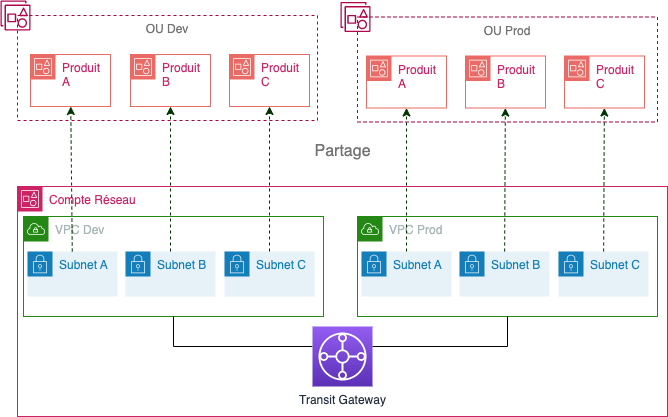
Above: docs/aug-shnetwork-shared vpcs.drawio.png in hpfpv/aug-secure-hybrid-network (draw.io), before the change. Source tidied: cells renumbered, new cells last; positions are measured from the earlier drawing's top-left corner, leaving out a move shared by most shapes. Source of this version:
```xml
<mxGraphModel>
  <root>
    <mxCell id="0" />
    <mxCell id="1" parent="0" />
    <mxCell id="2" value="Compte Réseau" style="gradientColor=none;html=1;whiteSpace=wrap;fontSize=12;fontStyle=0;shape=mxgraph.aws4.group;grIcon=mxgraph.aws4.group_account;strokeColor=#CD2264;fillColor=none;verticalAlign=top;align=left;spacingLeft=30;fontColor=#CD2264;dashed=0;" parent="1" vertex="1">
      <mxGeometry x="17" y="186" width="650" height="230" as="geometry" />
    </mxCell>
    <mxCell id="3" value="VPC Dev" style="points=[[0,0],[0.25,0],[0.5,0],[0.75,0],[1,0],[1,0.25],[1,0.5],[1,0.75],[1,1],[0.75,1],[0.5,1],[0.25,1],[0,1],[0,0.75],[0,0.5],[0,0.25]];outlineConnect=0;gradientColor=none;html=1;whiteSpace=wrap;fontSize=12;fontStyle=0;shape=mxgraph.aws4.group;grIcon=mxgraph.aws4.group_vpc;strokeColor=#248814;fillColor=none;verticalAlign=top;align=left;spacingLeft=30;fontColor=#AAB7B8;dashed=0;" parent="1" vertex="1">
      <mxGeometry x="23" y="216" width="300" height="100" as="geometry" />
    </mxCell>
    <mxCell id="4" value="Subnet B" style="points=[[0,0],[0.25,0],[0.5,0],[0.75,0],[1,0],[1,0.25],[1,0.5],[1,0.75],[1,1],[0.75,1],[0.5,1],[0.25,1],[0,1],[0,0.75],[0,0.5],[0,0.25]];outlineConnect=0;gradientColor=none;html=1;whiteSpace=wrap;fontSize=12;fontStyle=0;shape=mxgraph.aws4.group;grIcon=mxgraph.aws4.group_security_group;grStroke=0;strokeColor=#147EBA;fillColor=#E6F2F8;verticalAlign=top;align=left;spacingLeft=30;fontColor=#147EBA;dashed=0;" parent="3" vertex="1">
      <mxGeometry x="102" y="35" width="90" height="45" as="geometry" />
    </mxCell>
    <mxCell id="5" value="Subnet C" style="points=[[0,0],[0.25,0],[0.5,0],[0.75,0],[1,0],[1,0.25],[1,0.5],[1,0.75],[1,1],[0.75,1],[0.5,1],[0.25,1],[0,1],[0,0.75],[0,0.5],[0,0.25]];outlineConnect=0;gradientColor=none;html=1;whiteSpace=wrap;fontSize=12;fontStyle=0;shape=mxgraph.aws4.group;grIcon=mxgraph.aws4.group_security_group;grStroke=0;strokeColor=#147EBA;fillColor=#E6F2F8;verticalAlign=top;align=left;spacingLeft=30;fontColor=#147EBA;dashed=0;" parent="3" vertex="1">
      <mxGeometry x="201" y="35" width="90" height="45" as="geometry" />
    </mxCell>
    <mxCell id="6" value="Subnet A" style="points=[[0,0],[0.25,0],[0.5,0],[0.75,0],[1,0],[1,0.25],[1,0.5],[1,0.75],[1,1],[0.75,1],[0.5,1],[0.25,1],[0,1],[0,0.75],[0,0.5],[0,0.25]];outlineConnect=0;gradientColor=none;html=1;whiteSpace=wrap;fontSize=12;fontStyle=0;shape=mxgraph.aws4.group;grIcon=mxgraph.aws4.group_security_group;grStroke=0;strokeColor=#147EBA;fillColor=#E6F2F8;verticalAlign=top;align=left;spacingLeft=30;fontColor=#147EBA;dashed=0;" parent="3" vertex="1">
      <mxGeometry x="4" y="35" width="90" height="45" as="geometry" />
    </mxCell>
    <mxCell id="7" value="VPC Prod" style="points=[[0,0],[0.25,0],[0.5,0],[0.75,0],[1,0],[1,0.25],[1,0.5],[1,0.75],[1,1],[0.75,1],[0.5,1],[0.25,1],[0,1],[0,0.75],[0,0.5],[0,0.25]];outlineConnect=0;gradientColor=none;html=1;whiteSpace=wrap;fontSize=12;fontStyle=0;shape=mxgraph.aws4.group;grIcon=mxgraph.aws4.group_vpc;strokeColor=#248814;fillColor=none;verticalAlign=top;align=left;spacingLeft=30;fontColor=#AAB7B8;dashed=0;" parent="1" vertex="1">
      <mxGeometry x="357" y="216" width="300" height="100" as="geometry" />
    </mxCell>
    <mxCell id="8" value="Subnet B" style="points=[[0,0],[0.25,0],[0.5,0],[0.75,0],[1,0],[1,0.25],[1,0.5],[1,0.75],[1,1],[0.75,1],[0.5,1],[0.25,1],[0,1],[0,0.75],[0,0.5],[0,0.25]];outlineConnect=0;gradientColor=none;html=1;whiteSpace=wrap;fontSize=12;fontStyle=0;shape=mxgraph.aws4.group;grIcon=mxgraph.aws4.group_security_group;grStroke=0;strokeColor=#147EBA;fillColor=#E6F2F8;verticalAlign=top;align=left;spacingLeft=30;fontColor=#147EBA;dashed=0;" parent="7" vertex="1">
      <mxGeometry x="102" y="35" width="90" height="45" as="geometry" />
    </mxCell>
    <mxCell id="9" value="Subnet C" style="points=[[0,0],[0.25,0],[0.5,0],[0.75,0],[1,0],[1,0.25],[1,0.5],[1,0.75],[1,1],[0.75,1],[0.5,1],[0.25,1],[0,1],[0,0.75],[0,0.5],[0,0.25]];outlineConnect=0;gradientColor=none;html=1;whiteSpace=wrap;fontSize=12;fontStyle=0;shape=mxgraph.aws4.group;grIcon=mxgraph.aws4.group_security_group;grStroke=0;strokeColor=#147EBA;fillColor=#E6F2F8;verticalAlign=top;align=left;spacingLeft=30;fontColor=#147EBA;dashed=0;" parent="7" vertex="1">
      <mxGeometry x="201" y="35" width="90" height="45" as="geometry" />
    </mxCell>
    <mxCell id="10" value="Subnet A" style="points=[[0,0],[0.25,0],[0.5,0],[0.75,0],[1,0],[1,0.25],[1,0.5],[1,0.75],[1,1],[0.75,1],[0.5,1],[0.25,1],[0,1],[0,0.75],[0,0.5],[0,0.25]];outlineConnect=0;gradientColor=none;html=1;whiteSpace=wrap;fontSize=12;fontStyle=0;shape=mxgraph.aws4.group;grIcon=mxgraph.aws4.group_security_group;grStroke=0;strokeColor=#147EBA;fillColor=#E6F2F8;verticalAlign=top;align=left;spacingLeft=30;fontColor=#147EBA;dashed=0;" parent="7" vertex="1">
      <mxGeometry x="4" y="35" width="90" height="45" as="geometry" />
    </mxCell>
    <mxCell id="11" style="edgeStyle=orthogonalEdgeStyle;rounded=0;jettySize=auto;html=1;entryX=0.5;entryY=1;entryDx=0;entryDy=0;endArrow=none;endFill=0;strokeColor=#000000;" parent="1" edge="1" source="13" target="3">
      <mxGeometry relative="1" as="geometry">
        <Array as="points">
          <mxPoint x="173" y="346" />
        </Array>
      </mxGeometry>
    </mxCell>
    <mxCell id="12" style="edgeStyle=orthogonalEdgeStyle;rounded=0;jettySize=auto;html=1;endArrow=none;endFill=0;strokeColor=#000000;" parent="1" edge="1" source="13" target="7">
      <mxGeometry relative="1" as="geometry">
        <Array as="points">
          <mxPoint x="507" y="346" />
        </Array>
      </mxGeometry>
    </mxCell>
    <mxCell id="13" value="Transit Gateway" style="sketch=0;points=[[0,0,0],[0.25,0,0],[0.5,0,0],[0.75,0,0],[1,0,0],[0,1,0],[0.25,1,0],[0.5,1,0],[0.75,1,0],[1,1,0],[0,0.25,0],[0,0.5,0],[0,0.75,0],[1,0.25,0],[1,0.5,0],[1,0.75,0]];outlineConnect=0;fontColor=#232F3E;gradientColor=#945DF2;gradientDirection=north;fillColor=#5A30B5;strokeColor=#ffffff;dashed=0;verticalLabelPosition=bottom;verticalAlign=top;align=center;html=1;fontSize=12;fontStyle=0;shape=mxgraph.aws4.resourceIcon;resIcon=mxgraph.aws4.transit_gateway;" parent="1" vertex="1">
      <mxGeometry x="312" y="326" width="60" height="60" as="geometry" />
    </mxCell>
    <mxCell id="14" style="group;" parent="1" vertex="1">
      <mxGeometry x="340" y="1.5" width="317" height="164.5" as="geometry" />
    </mxCell>
    <mxCell id="15" style="sketch=0;fontColor=#232F3E;gradientColor=none;fillColor=#B0084D;strokeColor=none;dashed=0;verticalLabelPosition=bottom;verticalAlign=top;align=center;html=1;fontSize=12;fontStyle=0;shape=mxgraph.aws4.organizations_organizational_unit2;" parent="14" vertex="1">
      <mxGeometry width="30" height="30" as="geometry" />
    </mxCell>
    <mxCell id="16" value="&lt;font color=&quot;#737373&quot;&gt;OU Prod&lt;/font&gt;" style="fillColor=none;strokeColor=#A50040;dashed=1;verticalAlign=top;fontStyle=0;fontColor=#ffffff;whiteSpace=wrap;html=1;" parent="14" vertex="1">
      <mxGeometry x="17" y="15" width="300" height="105" as="geometry" />
    </mxCell>
    <mxCell id="17" value="Produit A" style="points=[[0,0],[0.25,0],[0.5,0],[0.75,0],[1,0],[1,0.25],[1,0.5],[1,0.75],[1,1],[0.75,1],[0.5,1],[0.25,1],[0,1],[0,0.75],[0,0.5],[0,0.25]];outlineConnect=0;gradientColor=none;html=1;whiteSpace=wrap;fontSize=12;fontStyle=0;shape=mxgraph.aws4.group;grIcon=mxgraph.aws4.group_account;strokeColor=#EA6B66;fillColor=none;verticalAlign=top;align=left;spacingLeft=30;fontColor=#CD2264;dashed=0;" parent="14" vertex="1">
      <mxGeometry x="26" y="54" width="80" height="52" as="geometry" />
    </mxCell>
    <mxCell id="18" value="Produit B" style="points=[[0,0],[0.25,0],[0.5,0],[0.75,0],[1,0],[1,0.25],[1,0.5],[1,0.75],[1,1],[0.75,1],[0.5,1],[0.25,1],[0,1],[0,0.75],[0,0.5],[0,0.25]];outlineConnect=0;gradientColor=none;html=1;whiteSpace=wrap;fontSize=12;fontStyle=0;shape=mxgraph.aws4.group;grIcon=mxgraph.aws4.group_account;strokeColor=#EA6B66;fillColor=none;verticalAlign=top;align=left;spacingLeft=30;fontColor=#CD2264;dashed=0;" parent="14" vertex="1">
      <mxGeometry x="125" y="54" width="80" height="52" as="geometry" />
    </mxCell>
    <mxCell id="19" value="Produit C" style="points=[[0,0],[0.25,0],[0.5,0],[0.75,0],[1,0],[1,0.25],[1,0.5],[1,0.75],[1,1],[0.75,1],[0.5,1],[0.25,1],[0,1],[0,0.75],[0,0.5],[0,0.25]];outlineConnect=0;gradientColor=none;html=1;whiteSpace=wrap;fontSize=12;fontStyle=0;shape=mxgraph.aws4.group;grIcon=mxgraph.aws4.group_account;strokeColor=#EA6B66;fillColor=none;verticalAlign=top;align=left;spacingLeft=30;fontColor=#CD2264;dashed=0;" parent="14" vertex="1">
      <mxGeometry x="224" y="54" width="80" height="52" as="geometry" />
    </mxCell>
    <mxCell id="20" value="&lt;font style=&quot;font-size: 16px;&quot; color=&quot;#737373&quot;&gt;Partage&lt;/font&gt;" style="text;html=1;align=center;verticalAlign=middle;strokeColor=none;fillColor=none;" parent="14" vertex="1">
      <mxGeometry x="-38" y="134.5" width="80" height="30" as="geometry" />
    </mxCell>
    <mxCell id="21" style="group;" parent="1" vertex="1">
      <mxGeometry width="317" height="145" as="geometry" />
    </mxCell>
    <mxCell id="22" style="sketch=0;fontColor=#232F3E;gradientColor=none;fillColor=#B0084D;strokeColor=none;dashed=0;verticalLabelPosition=bottom;verticalAlign=top;align=center;html=1;fontSize=12;fontStyle=0;shape=mxgraph.aws4.organizations_organizational_unit2;" parent="21" vertex="1">
      <mxGeometry width="30" height="30" as="geometry" />
    </mxCell>
    <mxCell id="23" value="&lt;font color=&quot;#737373&quot;&gt;OU Dev&lt;/font&gt;" style="fillColor=none;strokeColor=#A50040;dashed=1;verticalAlign=top;fontStyle=0;fontColor=#ffffff;whiteSpace=wrap;html=1;" parent="21" vertex="1">
      <mxGeometry x="17" y="15" width="300" height="105" as="geometry" />
    </mxCell>
    <mxCell id="24" value="Produit A" style="points=[[0,0],[0.25,0],[0.5,0],[0.75,0],[1,0],[1,0.25],[1,0.5],[1,0.75],[1,1],[0.75,1],[0.5,1],[0.25,1],[0,1],[0,0.75],[0,0.5],[0,0.25]];outlineConnect=0;gradientColor=none;html=1;whiteSpace=wrap;fontSize=12;fontStyle=0;shape=mxgraph.aws4.group;grIcon=mxgraph.aws4.group_account;strokeColor=#EA6B66;fillColor=none;verticalAlign=top;align=left;spacingLeft=30;fontColor=#CD2264;dashed=0;" parent="21" vertex="1">
      <mxGeometry x="30" y="54" width="80" height="52" as="geometry" />
    </mxCell>
    <mxCell id="25" value="Produit B" style="points=[[0,0],[0.25,0],[0.5,0],[0.75,0],[1,0],[1,0.25],[1,0.5],[1,0.75],[1,1],[0.75,1],[0.5,1],[0.25,1],[0,1],[0,0.75],[0,0.5],[0,0.25]];outlineConnect=0;gradientColor=none;html=1;whiteSpace=wrap;fontSize=12;fontStyle=0;shape=mxgraph.aws4.group;grIcon=mxgraph.aws4.group_account;strokeColor=#EA6B66;fillColor=none;verticalAlign=top;align=left;spacingLeft=30;fontColor=#CD2264;dashed=0;" parent="21" vertex="1">
      <mxGeometry x="130" y="54" width="80" height="52" as="geometry" />
    </mxCell>
    <mxCell id="26" value="Produit C" style="points=[[0,0],[0.25,0],[0.5,0],[0.75,0],[1,0],[1,0.25],[1,0.5],[1,0.75],[1,1],[0.75,1],[0.5,1],[0.25,1],[0,1],[0,0.75],[0,0.5],[0,0.25]];outlineConnect=0;gradientColor=none;html=1;whiteSpace=wrap;fontSize=12;fontStyle=0;shape=mxgraph.aws4.group;grIcon=mxgraph.aws4.group_account;strokeColor=#EA6B66;fillColor=none;verticalAlign=top;align=left;spacingLeft=30;fontColor=#CD2264;dashed=0;" parent="21" vertex="1">
      <mxGeometry x="229" y="54" width="80" height="52" as="geometry" />
    </mxCell>
    <mxCell id="27" style="rounded=0;jettySize=auto;html=1;dashed=1;strokeColor=#003300;" parent="1" edge="1" source="6" target="24">
      <mxGeometry relative="1" as="geometry" />
    </mxCell>
    <mxCell id="28" style="rounded=0;jettySize=auto;html=1;entryX=0.5;entryY=1;entryDx=0;entryDy=0;dashed=1;strokeColor=#003300;" parent="1" edge="1" source="4" target="25">
      <mxGeometry relative="1" as="geometry" />
    </mxCell>
    <mxCell id="29" style="rounded=0;jettySize=auto;html=1;entryX=0.5;entryY=1;entryDx=0;entryDy=0;dashed=1;strokeColor=#003300;" parent="1" edge="1" source="5" target="26">
      <mxGeometry relative="1" as="geometry" />
    </mxCell>
    <mxCell id="30" style="rounded=0;jettySize=auto;html=1;dashed=1;strokeColor=#003300;" parent="1" edge="1" source="10" target="17">
      <mxGeometry relative="1" as="geometry" />
    </mxCell>
    <mxCell id="31" style="rounded=0;jettySize=auto;html=1;dashed=1;strokeColor=#003300;" parent="1" edge="1" source="8" target="18">
      <mxGeometry relative="1" as="geometry" />
    </mxCell>
    <mxCell id="32" style="rounded=0;jettySize=auto;html=1;dashed=1;strokeColor=#003300;" parent="1" edge="1" source="9" target="19">
      <mxGeometry relative="1" as="geometry" />
    </mxCell>
  </root>
</mxGraphModel>
```
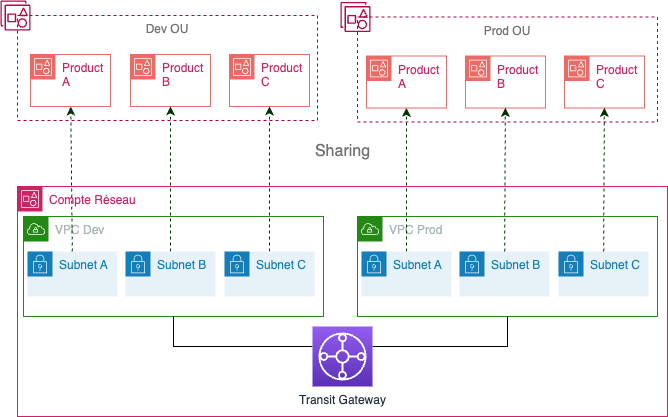
After the commit.

Diff of the diagram source:
```diff
@@ -52,19 +52,19 @@
     <mxCell id="15" style="sketch=0;fontColor=#232F3E;gradientColor=none;fillColor=#B0084D;strokeColor=none;dashed=0;verticalLabelPosition=bottom;verticalAlign=top;align=center;html=1;fontSize=12;fontStyle=0;shape=mxgraph.aws4.organizations_organizational_unit2;" parent="14" vertex="1">
       <mxGeometry width="30" height="30" as="geometry" />
     </mxCell>
-    <mxCell id="16" value="&lt;font color=&quot;#737373&quot;&gt;OU Prod&lt;/font&gt;" style="fillColor=none;strokeColor=#A50040;dashed=1;verticalAlign=top;fontStyle=0;fontColor=#ffffff;whiteSpace=wrap;html=1;" parent="14" vertex="1">
+    <mxCell id="16" value="&lt;font color=&quot;#737373&quot;&gt;Prod OU&lt;/font&gt;" style="fillColor=none;strokeColor=#A50040;dashed=1;verticalAlign=top;fontStyle=0;fontColor=#ffffff;whiteSpace=wrap;html=1;" parent="14" vertex="1">
       <mxGeometry x="17" y="15" width="300" height="105" as="geometry" />
     </mxCell>
-    <mxCell id="17" value="Produit A" style="points=[[0,0],[0.25,0],[0.5,0],[0.75,0],[1,0],[1,0.25],[1,0.5],[1,0.75],[1,1],[0.75,1],[0.5,1],[0.25,1],[0,1],[0,0.75],[0,0.5],[0,0.25]];outlineConnect=0;gradientColor=none;html=1;whiteSpace=wrap;fontSize=12;fontStyle=0;shape=mxgraph.aws4.group;grIcon=mxgraph.aws4.group_account;strokeColor=#EA6B66;fillColor=none;verticalAlign=top;align=left;spacingLeft=30;fontColor=#CD2264;dashed=0;" parent="14" vertex="1">
+    <mxCell id="17" value="Product A" style="points=[[0,0],[0.25,0],[0.5,0],[0.75,0],[1,0],[1,0.25],[1,0.5],[1,0.75],[1,1],[0.75,1],[0.5,1],[0.25,1],[0,1],[0,0.75],[0,0.5],[0,0.25]];outlineConnect=0;gradientColor=none;html=1;whiteSpace=wrap;fontSize=12;fontStyle=0;shape=mxgraph.aws4.group;grIcon=mxgraph.aws4.group_account;strokeColor=#EA6B66;fillColor=none;verticalAlign=top;align=left;spacingLeft=30;fontColor=#CD2264;dashed=0;" parent="14" vertex="1">
       <mxGeometry x="26" y="54" width="80" height="52" as="geometry" />
     </mxCell>
-    <mxCell id="18" value="Produit B" style="points=[[0,0],[0.25,0],[0.5,0],[0.75,0],[1,0],[1,0.25],[1,0.5],[1,0.75],[1,1],[0.75,1],[0.5,1],[0.25,1],[0,1],[0,0.75],[0,0.5],[0,0.25]];outlineConnect=0;gradientColor=none;html=1;whiteSpace=wrap;fontSize=12;fontStyle=0;shape=mxgraph.aws4.group;grIcon=mxgraph.aws4.group_account;strokeColor=#EA6B66;fillColor=none;verticalAlign=top;align=left;spacingLeft=30;fontColor=#CD2264;dashed=0;" parent="14" vertex="1">
+    <mxCell id="18" value="Product B" style="points=[[0,0],[0.25,0],[0.5,0],[0.75,0],[1,0],[1,0.25],[1,0.5],[1,0.75],[1,1],[0.75,1],[0.5,1],[0.25,1],[0,1],[0,0.75],[0,0.5],[0,0.25]];outlineConnect=0;gradientColor=none;html=1;whiteSpace=wrap;fontSize=12;fontStyle=0;shape=mxgraph.aws4.group;grIcon=mxgraph.aws4.group_account;strokeColor=#EA6B66;fillColor=none;verticalAlign=top;align=left;spacingLeft=30;fontColor=#CD2264;dashed=0;" parent="14" vertex="1">
       <mxGeometry x="125" y="54" width="80" height="52" as="geometry" />
     </mxCell>
-    <mxCell id="19" value="Produit C" style="points=[[0,0],[0.25,0],[0.5,0],[0.75,0],[1,0],[1,0.25],[1,0.5],[1,0.75],[1,1],[0.75,1],[0.5,1],[0.25,1],[0,1],[0,0.75],[0,0.5],[0,0.25]];outlineConnect=0;gradientColor=none;html=1;whiteSpace=wrap;fontSize=12;fontStyle=0;shape=mxgraph.aws4.group;grIcon=mxgraph.aws4.group_account;strokeColor=#EA6B66;fillColor=none;verticalAlign=top;align=left;spacingLeft=30;fontColor=#CD2264;dashed=0;" parent="14" vertex="1">
+    <mxCell id="19" value="Product C" style="points=[[0,0],[0.25,0],[0.5,0],[0.75,0],[1,0],[1,0.25],[1,0.5],[1,0.75],[1,1],[0.75,1],[0.5,1],[0.25,1],[0,1],[0,0.75],[0,0.5],[0,0.25]];outlineConnect=0;gradientColor=none;html=1;whiteSpace=wrap;fontSize=12;fontStyle=0;shape=mxgraph.aws4.group;grIcon=mxgraph.aws4.group_account;strokeColor=#EA6B66;fillColor=none;verticalAlign=top;align=left;spacingLeft=30;fontColor=#CD2264;dashed=0;" parent="14" vertex="1">
       <mxGeometry x="224" y="54" width="80" height="52" as="geometry" />
     </mxCell>
-    <mxCell id="20" value="&lt;font style=&quot;font-size: 16px;&quot; color=&quot;#737373&quot;&gt;Partage&lt;/font&gt;" style="text;html=1;align=center;verticalAlign=middle;strokeColor=none;fillColor=none;" parent="14" vertex="1">
+    <mxCell id="20" value="&lt;font style=&quot;font-size: 16px;&quot; color=&quot;#737373&quot;&gt;Sharing&lt;/font&gt;" style="text;html=1;align=center;verticalAlign=middle;strokeColor=none;fillColor=none;" parent="14" vertex="1">
       <mxGeometry x="-38" y="134.5" width="80" height="30" as="geometry" />
     </mxCell>
     <mxCell id="21" style="group;" parent="1" vertex="1">
@@ -73,16 +73,16 @@
     <mxCell id="22" style="sketch=0;fontColor=#232F3E;gradientColor=none;fillColor=#B0084D;strokeColor=none;dashed=0;verticalLabelPosition=bottom;verticalAlign=top;align=center;html=1;fontSize=12;fontStyle=0;shape=mxgraph.aws4.organizations_organizational_unit2;" parent="21" vertex="1">
       <mxGeometry width="30" height="30" as="geometry" />
     </mxCell>
-    <mxCell id="23" value="&lt;font color=&quot;#737373&quot;&gt;OU Dev&lt;/font&gt;" style="fillColor=none;strokeColor=#A50040;dashed=1;verticalAlign=top;fontStyle=0;fontColor=#ffffff;whiteSpace=wrap;html=1;" parent="21" vertex="1">
+    <mxCell id="23" value="&lt;font color=&quot;#737373&quot;&gt;Dev OU&lt;/font&gt;" style="fillColor=none;strokeColor=#A50040;dashed=1;verticalAlign=top;fontStyle=0;fontColor=#ffffff;whiteSpace=wrap;html=1;" parent="21" vertex="1">
       <mxGeometry x="17" y="15" width="300" height="105" as="geometry" />
     </mxCell>
-    <mxCell id="24" value="Produit A" style="points=[[0,0],[0.25,0],[0.5,0],[0.75,0],[1,0],[1,0.25],[1,0.5],[1,0.75],[1,1],[0.75,1],[0.5,1],[0.25,1],[0,1],[0,0.75],[0,0.5],[0,0.25]];outlineConnect=0;gradientColor=none;html=1;whiteSpace=wrap;fontSize=12;fontStyle=0;shape=mxgraph.aws4.group;grIcon=mxgraph.aws4.group_account;strokeColor=#EA6B66;fillColor=none;verticalAlign=top;align=left;spacingLeft=30;fontColor=#CD2264;dashed=0;" parent="21" vertex="1">
+    <mxCell id="24" value="Product A" style="points=[[0,0],[0.25,0],[0.5,0],[0.75,0],[1,0],[1,0.25],[1,0.5],[1,0.75],[1,1],[0.75,1],[0.5,1],[0.25,1],[0,1],[0,0.75],[0,0.5],[0,0.25]];outlineConnect=0;gradientColor=none;html=1;whiteSpace=wrap;fontSize=12;fontStyle=0;shape=mxgraph.aws4.group;grIcon=mxgraph.aws4.group_account;strokeColor=#EA6B66;fillColor=none;verticalAlign=top;align=left;spacingLeft=30;fontColor=#CD2264;dashed=0;" parent="21" vertex="1">
       <mxGeometry x="30" y="54" width="80" height="52" as="geometry" />
     </mxCell>
-    <mxCell id="25" value="Produit B" style="points=[[0,0],[0.25,0],[0.5,0],[0.75,0],[1,0],[1,0.25],[1,0.5],[1,0.75],[1,1],[0.75,1],[0.5,1],[0.25,1],[0,1],[0,0.75],[0,0.5],[0,0.25]];outlineConnect=0;gradientColor=none;html=1;whiteSpace=wrap;fontSize=12;fontStyle=0;shape=mxgraph.aws4.group;grIcon=mxgraph.aws4.group_account;strokeColor=#EA6B66;fillColor=none;verticalAlign=top;align=left;spacingLeft=30;fontColor=#CD2264;dashed=0;" parent="21" vertex="1">
+    <mxCell id="25" value="Product B" style="points=[[0,0],[0.25,0],[0.5,0],[0.75,0],[1,0],[1,0.25],[1,0.5],[1,0.75],[1,1],[0.75,1],[0.5,1],[0.25,1],[0,1],[0,0.75],[0,0.5],[0,0.25]];outlineConnect=0;gradientColor=none;html=1;whiteSpace=wrap;fontSize=12;fontStyle=0;shape=mxgraph.aws4.group;grIcon=mxgraph.aws4.group_account;strokeColor=#EA6B66;fillColor=none;verticalAlign=top;align=left;spacingLeft=30;fontColor=#CD2264;dashed=0;" parent="21" vertex="1">
       <mxGeometry x="130" y="54" width="80" height="52" as="geometry" />
     </mxCell>
-    <mxCell id="26" value="Produit C" style="points=[[0,0],[0.25,0],[0.5,0],[0.75,0],[1,0],[1,0.25],[1,0.5],[1,0.75],[1,1],[0.75,1],[0.5,1],[0.25,1],[0,1],[0,0.75],[0,0.5],[0,0.25]];outlineConnect=0;gradientColor=none;html=1;whiteSpace=wrap;fontSize=12;fontStyle=0;shape=mxgraph.aws4.group;grIcon=mxgraph.aws4.group_account;strokeColor=#EA6B66;fillColor=none;verticalAlign=top;align=left;spacingLeft=30;fontColor=#CD2264;dashed=0;" parent="21" vertex="1">
+    <mxCell id="26" value="Product C" style="points=[[0,0],[0.25,0],[0.5,0],[0.75,0],[1,0],[1,0.25],[1,0.5],[1,0.75],[1,1],[0.75,1],[0.5,1],[0.25,1],[0,1],[0,0.75],[0,0.5],[0,0.25]];outlineConnect=0;gradientColor=none;html=1;whiteSpace=wrap;fontSize=12;fontStyle=0;shape=mxgraph.aws4.group;grIcon=mxgraph.aws4.group_account;strokeColor=#EA6B66;fillColor=none;verticalAlign=top;align=left;spacingLeft=30;fontColor=#CD2264;dashed=0;" parent="21" vertex="1">
       <mxGeometry x="229" y="54" width="80" height="52" as="geometry" />
     </mxCell>
     <mxCell id="27" style="rounded=0;jettySize=auto;html=1;dashed=1;strokeColor=#003300;" parent="1" edge="1" source="6" target="24">
```
